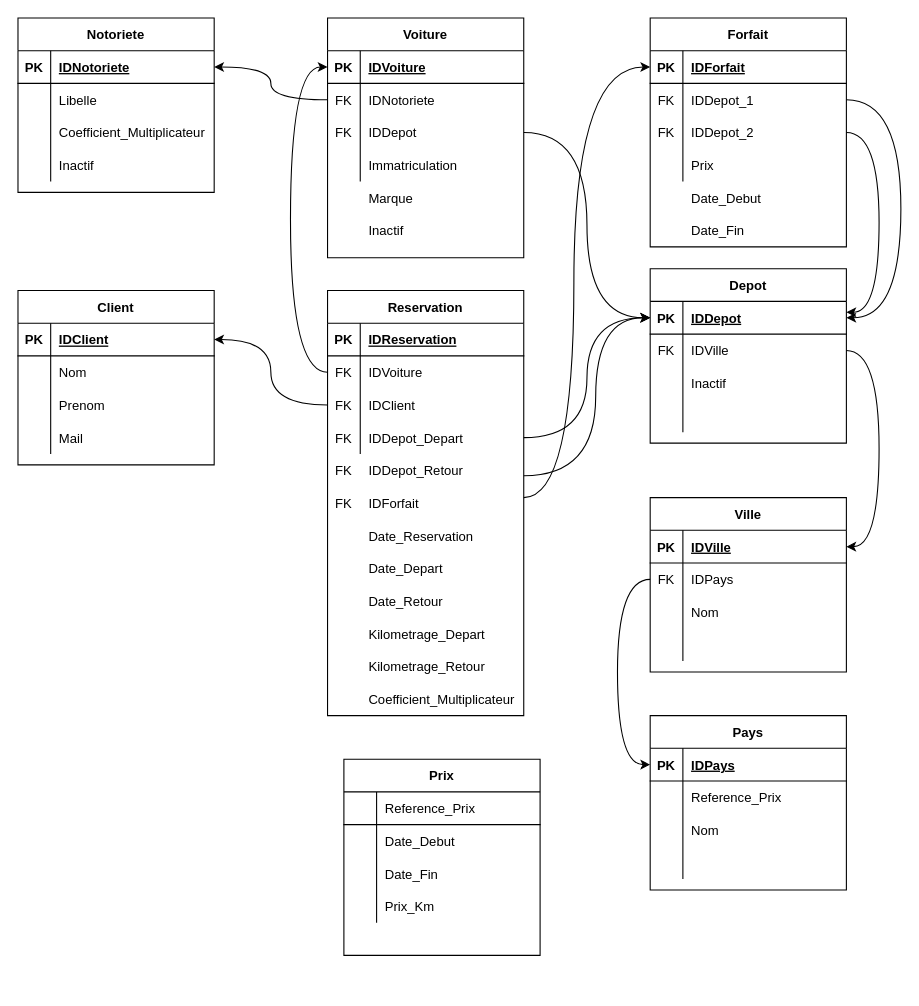
Djounna/Projet_developpement_RentACar keeps this draw.io diagram as Projet_Schema-relationnel.drawio. Above is the earlier version. Source tidied: cells renumbered, new cells numbered last; positions are measured from the earlier drawing's top-left corner, leaving out a move shared by most shapes. Both pictures are drawn from the tidied source at 109%, with x=0, y=0 at pixel (17, 17).
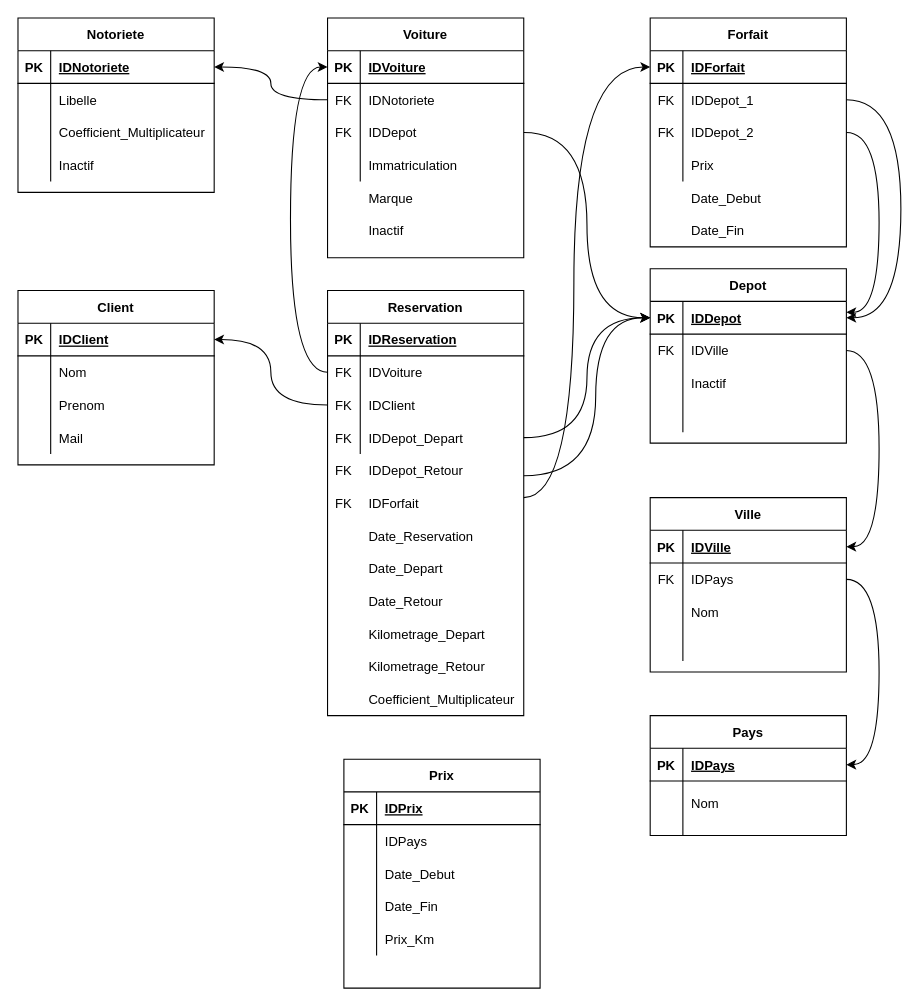
The same diagram, later.

Unchanged cells that the change refers to:
```xml
<mxCell id="77" style="shape=partialRectangle;fillColor=none;top=0;left=0;bottom=0;right=0;points=[[0,0.5],[1,0.5]];portConstraint=eastwest;" parent="73" vertex="1">
  <mxGeometry y="60" width="180" height="30" as="geometry" />
</mxCell>
<mxCell id="87" style="shape=partialRectangle;fillColor=none;top=0;left=0;bottom=1;right=0;points=[[0,0.5],[1,0.5]];portConstraint=eastwest;" parent="86" vertex="1">
  <mxGeometry y="30" width="180" height="30" as="geometry" />
</mxCell>
<mxCell id="90" style="shape=partialRectangle;fillColor=none;top=0;left=0;bottom=0;right=0;" parent="86" vertex="1">
  <mxGeometry y="60" width="180" height="30" as="geometry" />
</mxCell>
<mxCell id="100" style="shape=partialRectangle;fillColor=none;top=0;left=0;bottom=1;right=0;" parent="99" vertex="1">
  <mxGeometry y="30" width="180" height="30" as="geometry" />
</mxCell>
```

Diff of the diagram source:
```diff
@@
     <mxCell id="86" value="Pays" style="shape=table;startSize=30;childLayout=tableLayout;rowLines=0;fontStyle=1;align=center;" parent="1" vertex="1">
-      <mxGeometry x="580" y="640" width="180" height="160" as="geometry" />
+      <mxGeometry x="580" y="640" width="180" height="110" as="geometry" />
     </mxCell>
@@
-    <mxCell id="92" value="Reference_Prix" style="shape=partialRectangle;fillColor=none;top=0;left=0;bottom=0;right=0;align=left;spacingLeft=6;overflow=hidden;" parent="90" vertex="1">
+    <mxCell id="92" style="shape=partialRectangle;fillColor=none;top=0;left=0;bottom=0;right=0;align=left;spacingLeft=6;overflow=hidden;" parent="90" vertex="1">
       <mxGeometry x="30" width="150" height="30" as="geometry" />
     </mxCell>
     <mxCell id="93" style="shape=partialRectangle;fillColor=none;top=0;left=0;bottom=0;right=0;" parent="86" vertex="1">
-      <mxGeometry y="90" width="180" height="30" as="geometry" />
+      <mxGeometry y="90" width="180" height="20" as="geometry" />
     </mxCell>
     <mxCell id="94" style="shape=partialRectangle;fillColor=none;top=0;left=0;bottom=0;right=0;overflow=hidden;" parent="93" vertex="1">
-      <mxGeometry width="30" height="30" as="geometry" />
+      <mxGeometry width="30" height="20" as="geometry" />
     </mxCell>
     <mxCell id="95" style="shape=partialRectangle;fillColor=none;top=0;left=0;bottom=0;right=0;align=left;spacingLeft=6;overflow=hidden;" parent="93" vertex="1">
-      <mxGeometry x="30" width="150" height="30" as="geometry" />
+      <mxGeometry x="30" width="150" height="20" as="geometry" />
     </mxCell>
-    <mxCell id="96" style="shape=partialRectangle;fillColor=none;top=0;left=0;bottom=0;right=0;" parent="86" vertex="1">
-      <mxGeometry y="120" width="180" height="30" as="geometry" />
-    </mxCell>
-    <mxCell id="97" style="shape=partialRectangle;fillColor=none;top=0;left=0;bottom=0;right=0;overflow=hidden;" parent="96" vertex="1">
-      <mxGeometry width="30" height="30" as="geometry" />
-    </mxCell>
-    <mxCell id="98" style="shape=partialRectangle;fillColor=none;top=0;left=0;bottom=0;right=0;align=left;spacingLeft=6;overflow=hidden;" parent="96" vertex="1">
-      <mxGeometry x="30" width="150" height="30" as="geometry" />
-    </mxCell>
     <mxCell id="99" value="Prix" style="shape=table;startSize=30;childLayout=tableLayout;rowLines=0;fontStyle=1;align=center;" parent="1" vertex="1">
-      <mxGeometry x="299" y="680" width="180" height="180" as="geometry" />
+      <mxGeometry x="299" y="680" width="180" height="210" as="geometry" />
     </mxCell>
@@
-    <mxCell id="101" style="shape=partialRectangle;fillColor=none;top=0;left=0;bottom=0;right=0;fontStyle=1;overflow=hidden;" parent="100" vertex="1">
+    <mxCell id="101" value="PK" style="shape=partialRectangle;fillColor=none;top=0;left=0;bottom=0;right=0;fontStyle=1;overflow=hidden;" parent="100" vertex="1">
       <mxGeometry width="30" height="30" as="geometry" />
     </mxCell>
-    <mxCell id="102" value="Reference_Prix" style="shape=partialRectangle;fillColor=none;top=0;left=0;bottom=0;right=0;align=left;spacingLeft=6;fontStyle=0;overflow=hidden;" parent="100" vertex="1">
+    <mxCell id="102" value="IDPrix" style="shape=partialRectangle;fillColor=none;top=0;left=0;bottom=0;right=0;align=left;spacingLeft=6;fontStyle=5;overflow=hidden;" parent="100" vertex="1">
       <mxGeometry x="30" width="150" height="30" as="geometry" />
     </mxCell>
+    <mxCell id="147" style="shape=partialRectangle;fillColor=none;top=0;left=0;bottom=0;right=0;" parent="99" vertex="1">
+      <mxGeometry y="60" width="180" height="30" as="geometry" />
+    </mxCell>
+    <mxCell id="97" style="shape=partialRectangle;fillColor=none;top=0;left=0;bottom=0;right=0;overflow=hidden;" parent="147" vertex="1">
+      <mxGeometry width="30" height="30" as="geometry" />
+    </mxCell>
+    <mxCell id="148" value="IDPays" style="shape=partialRectangle;fillColor=none;top=0;left=0;bottom=0;right=0;align=left;spacingLeft=6;overflow=hidden;" parent="147" vertex="1">
+      <mxGeometry x="30" width="150" height="30" as="geometry" />
+    </mxCell>
     <mxCell id="103" style="shape=partialRectangle;fillColor=none;top=0;left=0;bottom=0;right=0;" parent="99" vertex="1">
-      <mxGeometry y="60" width="180" height="30" as="geometry" />
+      <mxGeometry y="90" width="180" height="30" as="geometry" />
     </mxCell>
@@
     <mxCell id="106" style="shape=partialRectangle;fillColor=none;top=0;left=0;bottom=0;right=0;" parent="99" vertex="1">
-      <mxGeometry y="90" width="180" height="30" as="geometry" />
+      <mxGeometry y="120" width="180" height="30" as="geometry" />
     </mxCell>
@@
     <mxCell id="109" style="shape=partialRectangle;fillColor=none;top=0;left=0;bottom=0;right=0;" parent="99" vertex="1">
-      <mxGeometry y="120" width="180" height="30" as="geometry" />
+      <mxGeometry y="150" width="180" height="30" as="geometry" />
     </mxCell>
@@
     <mxCell id="113" value="Prix_Km" style="shape=partialRectangle;fillColor=none;top=0;left=0;bottom=0;right=0;align=left;spacingLeft=6;overflow=hidden;" parent="1" vertex="1">
-      <mxGeometry x="329" y="800" width="150" height="30" as="geometry" />
+      <mxGeometry x="329" y="830" width="150" height="30" as="geometry" />
     </mxCell>
@@
-    <mxCell id="132" style="edgeStyle=orthogonalEdgeStyle;curved=1;rounded=0;jettySize=auto;html=1;exitX=0;exitY=0.5;exitDx=0;exitDy=0;entryX=0;entryY=0.5;entryDx=0;entryDy=0;" parent="1" edge="1" source="77" target="87">
-      <mxGeometry relative="1" as="geometry">
-        <Array as="points">
-          <mxPoint x="550" y="515" />
-          <mxPoint x="550" y="685" />
-        </Array>
-      </mxGeometry>
-    </mxCell>
@@
     <mxCell id="142" value="Nom" style="shape=partialRectangle;fillColor=none;top=0;left=0;bottom=0;right=0;align=left;spacingLeft=6;overflow=hidden;" parent="1" vertex="1">
-      <mxGeometry x="610" y="730" width="150" height="30" as="geometry" />
+      <mxGeometry x="610" y="705" width="150" height="30" as="geometry" />
     </mxCell>
@@
+    <mxCell id="132" style="edgeStyle=orthogonalEdgeStyle;curved=1;rounded=0;jettySize=auto;html=1;exitX=1;exitY=0.5;exitDx=0;exitDy=0;entryX=1;entryY=0.5;entryDx=0;entryDy=0;" parent="1" edge="1" source="77" target="87">
+      <mxGeometry relative="1" as="geometry">
+        <Array as="points">
+          <mxPoint x="790" y="515" />
+          <mxPoint x="790" y="685" />
+        </Array>
+      </mxGeometry>
+    </mxCell>
```
